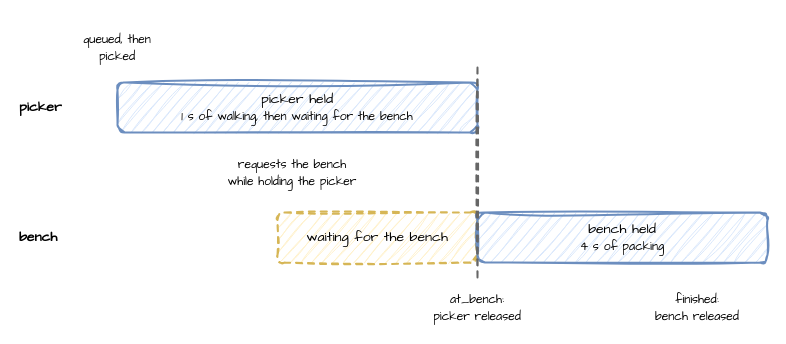
The draw.io diagram docs/assets/diagrams/picker-handoff.drawio in jaehyeon-kim/desflow, before the edit. Source tidied: cells renumbered, new cells numbered last; positions are measured from the earlier drawing's top-left corner, leaving out a move shared by most shapes. Both pictures are drawn from the tidied source at 100%, with x=0, y=0 at pixel (17, 27).
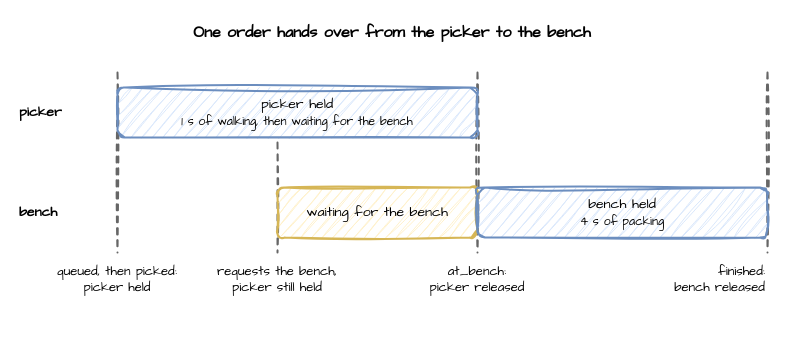
The same diagram, later.

Diff of the diagram source:
```diff
@@
 <mxGraphModel>
   <root>
     <mxCell id="0" />
     <mxCell id="1" parent="0" />
+    <mxCell id="12" value="One order hands over from the picker to the bench" style="text;html=1;align=center;verticalAlign=middle;whiteSpace=wrap;fontFamily=Comic Sans MS;fontSize=16;fontStyle=1;" parent="1" vertex="1">
+      <mxGeometry y="-10" width="750" height="30" as="geometry" />
+    </mxCell>
-    <mxCell id="2" value="picker" style="text;html=1;align=center;verticalAlign=middle;whiteSpace=wrap;html=1;sketch=1;curveFitting=1;jiggle=2;fontFamily=Comic Sans MS;fontSize=14;align=left;fontStyle=1;" parent="1" vertex="1">
-      <mxGeometry y="65" width="80" height="30" as="geometry" />
+    <mxCell id="2" value="picker" style="text;html=1;align=left;verticalAlign=middle;whiteSpace=wrap;fontFamily=Comic Sans MS;fontSize=14;fontStyle=1;" parent="1" vertex="1">
+      <mxGeometry y="60" width="80" height="50" as="geometry" />
     </mxCell>
-    <mxCell id="3" value="bench" style="text;html=1;align=center;verticalAlign=middle;whiteSpace=wrap;html=1;sketch=1;curveFitting=1;jiggle=2;fontFamily=Comic Sans MS;fontSize=14;align=left;fontStyle=1;" parent="1" vertex="1">
-      <mxGeometry y="195" width="80" height="30" as="geometry" />
+    <mxCell id="3" value="bench" style="text;html=1;align=left;verticalAlign=middle;whiteSpace=wrap;fontFamily=Comic Sans MS;fontSize=14;fontStyle=1;" parent="1" vertex="1">
+      <mxGeometry y="160" width="80" height="50" as="geometry" />
     </mxCell>
+    <mxCell id="13" style="sketch=1;html=1;strokeWidth=2;endArrow=none;strokeColor=#666666;dashed=1;" parent="1" edge="1">
+      <mxGeometry relative="1" as="geometry">
+        <mxPoint x="100" y="45" as="sourcePoint" />
+        <mxPoint x="100" y="225" as="targetPoint" />
+      </mxGeometry>
+    </mxCell>
+    <mxCell id="14" style="sketch=1;html=1;strokeWidth=2;endArrow=none;strokeColor=#666666;dashed=1;" parent="1" edge="1">
+      <mxGeometry relative="1" as="geometry">
+        <mxPoint x="260" y="115" as="sourcePoint" />
+        <mxPoint x="260" y="225" as="targetPoint" />
+      </mxGeometry>
+    </mxCell>
+    <mxCell id="15" style="sketch=1;html=1;strokeWidth=2;endArrow=none;strokeColor=#666666;dashed=1;" parent="1" edge="1">
+      <mxGeometry relative="1" as="geometry">
+        <mxPoint x="460" y="45" as="sourcePoint" />
+        <mxPoint x="460" y="225" as="targetPoint" />
+      </mxGeometry>
+    </mxCell>
+    <mxCell id="16" style="sketch=1;html=1;strokeWidth=2;endArrow=none;strokeColor=#666666;dashed=1;" parent="1" edge="1">
+      <mxGeometry relative="1" as="geometry">
+        <mxPoint x="750" y="45" as="sourcePoint" />
+        <mxPoint x="750" y="225" as="targetPoint" />
+      </mxGeometry>
+    </mxCell>
     <mxCell id="4" value="picker held&lt;br&gt;&lt;font style='font-size:12px'&gt;1 s of walking, then waiting for the bench&lt;/font&gt;" style="rounded=1;whiteSpace=wrap;html=1;sketch=1;curveFitting=1;jiggle=2;fontFamily=Comic Sans MS;fontSize=14;fillColor=#dae8fc;strokeColor=#6c8ebf;strokeWidth=2;" parent="1" vertex="1">
-      <mxGeometry x="100" y="55" width="360" height="50" as="geometry" />
+      <mxGeometry x="100" y="60" width="360" height="50" as="geometry" />
     </mxCell>
-    <mxCell id="5" value="waiting for the bench" style="rounded=1;whiteSpace=wrap;html=1;sketch=1;curveFitting=1;jiggle=2;fontFamily=Comic Sans MS;fontSize=14;fillColor=#fff2cc;strokeColor=#d6b656;strokeWidth=2;dashed=1;" parent="1" vertex="1">
-      <mxGeometry x="260" y="185" width="200" height="50" as="geometry" />
+    <mxCell id="5" value="waiting for the bench" style="rounded=1;whiteSpace=wrap;html=1;sketch=1;curveFitting=1;jiggle=2;fontFamily=Comic Sans MS;fontSize=14;fillColor=#fff2cc;strokeColor=#d6b656;strokeWidth=2;" parent="1" vertex="1">
+      <mxGeometry x="260" y="160" width="200" height="50" as="geometry" />
     </mxCell>
     <mxCell id="6" value="bench held&lt;br&gt;&lt;font style='font-size:12px'&gt;4 s of packing&lt;/font&gt;" style="rounded=1;whiteSpace=wrap;html=1;sketch=1;curveFitting=1;jiggle=2;fontFamily=Comic Sans MS;fontSize=14;fillColor=#dae8fc;strokeColor=#6c8ebf;strokeWidth=2;" parent="1" vertex="1">
-      <mxGeometry x="460" y="185" width="290" height="50" as="geometry" />
+      <mxGeometry x="460" y="160" width="290" height="50" as="geometry" />
     </mxCell>
-    <mxCell id="7" style="sketch=1;html=1;strokeWidth=2;endArrow=none;strokeColor=#666666;dashed=1;" parent="1" edge="1">
-      <mxGeometry relative="1" as="geometry">
-        <mxPoint x="460" y="40" as="sourcePoint" />
-        <mxPoint x="460" y="250" as="targetPoint" />
-      </mxGeometry>
-    </mxCell>
-    <mxCell id="8" value="&lt;font style='font-size:12px'&gt;queued, then&lt;br&gt;picked&lt;/font&gt;" style="text;html=1;align=center;verticalAlign=middle;whiteSpace=wrap;html=1;sketch=1;curveFitting=1;jiggle=2;fontFamily=Comic Sans MS;fontSize=14;" parent="1" vertex="1">
-      <mxGeometry x="30" width="140" height="40" as="geometry" />
-    </mxCell>
+    <mxCell id="17" value="queued, then picked:&lt;br&gt;picker held" style="text;html=1;align=center;verticalAlign=middle;whiteSpace=wrap;fontFamily=Comic Sans MS;fontSize=13;" parent="1" vertex="1">
+      <mxGeometry x="30" y="230" width="140" height="44" as="geometry" />
+    </mxCell>
+    <mxCell id="18" value="requests the bench,&lt;br&gt;picker still held" style="text;html=1;align=center;verticalAlign=middle;whiteSpace=wrap;fontFamily=Comic Sans MS;fontSize=13;" parent="1" vertex="1">
+      <mxGeometry x="190" y="230" width="140" height="44" as="geometry" />
+    </mxCell>
-    <mxCell id="9" value="&lt;font style='font-size:12px'&gt;at_bench:&lt;br&gt;picker released&lt;/font&gt;" style="text;html=1;align=center;verticalAlign=middle;whiteSpace=wrap;html=1;sketch=1;curveFitting=1;jiggle=2;fontFamily=Comic Sans MS;fontSize=14;" parent="1" vertex="1">
-      <mxGeometry x="390" y="260" width="140" height="40" as="geometry" />
+    <mxCell id="9" value="at_bench:&lt;br&gt;picker released" style="text;html=1;align=center;verticalAlign=middle;whiteSpace=wrap;fontFamily=Comic Sans MS;fontSize=13;" parent="1" vertex="1">
+      <mxGeometry x="390" y="230" width="140" height="44" as="geometry" />
     </mxCell>
-    <mxCell id="10" value="&lt;font style='font-size:12px'&gt;finished:&lt;br&gt;bench released&lt;/font&gt;" style="text;html=1;align=center;verticalAlign=middle;whiteSpace=wrap;html=1;sketch=1;curveFitting=1;jiggle=2;fontFamily=Comic Sans MS;fontSize=14;" parent="1" vertex="1">
-      <mxGeometry x="610" y="260" width="140" height="40" as="geometry" />
+    <mxCell id="10" value="finished:&lt;br&gt;bench released" style="text;html=1;align=center;verticalAlign=middle;whiteSpace=wrap;fontFamily=Comic Sans MS;fontSize=13;align=right;" parent="1" vertex="1">
+      <mxGeometry x="600" y="230" width="150" height="44" as="geometry" />
     </mxCell>
-    <mxCell id="11" value="&lt;font style='font-size:12px'&gt;requests the bench&lt;br&gt;while holding the picker&lt;/font&gt;" style="text;html=1;align=center;verticalAlign=middle;whiteSpace=wrap;html=1;sketch=1;curveFitting=1;jiggle=2;fontFamily=Comic Sans MS;fontSize=14;" parent="1" vertex="1">
-      <mxGeometry x="190" y="125" width="170" height="40" as="geometry" />
-    </mxCell>
   </root>
 </mxGraphModel>
```
